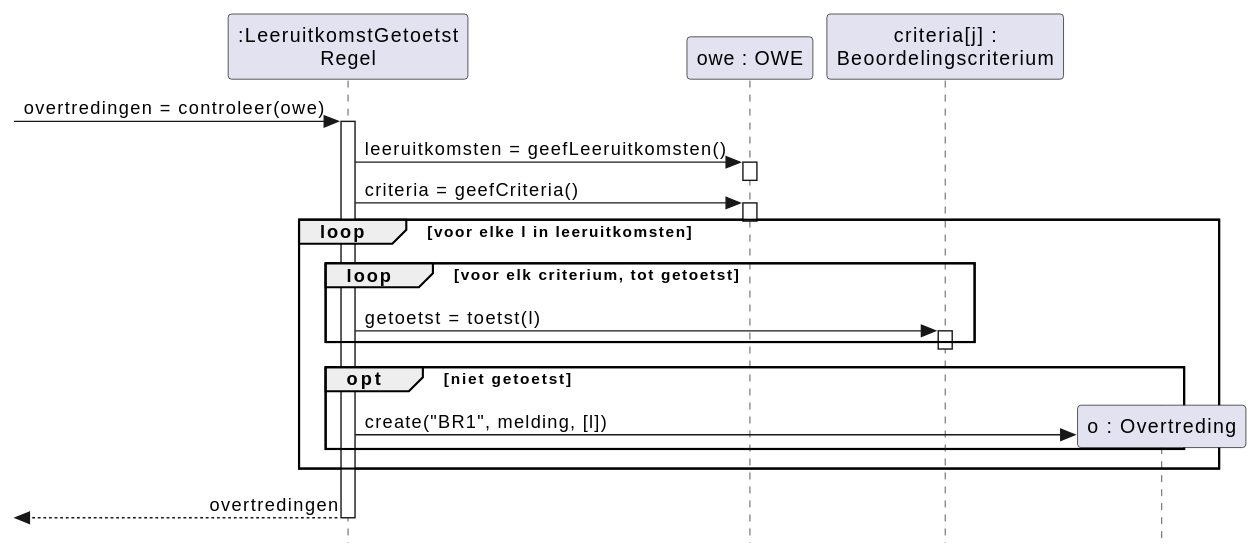
HAN-Craftsmanship-KL-JJG/casus keeps this PlantUML diagram as docs/diagrams/sd-br1-leeruitkomst-getoetst.svg. Above is the earlier version.
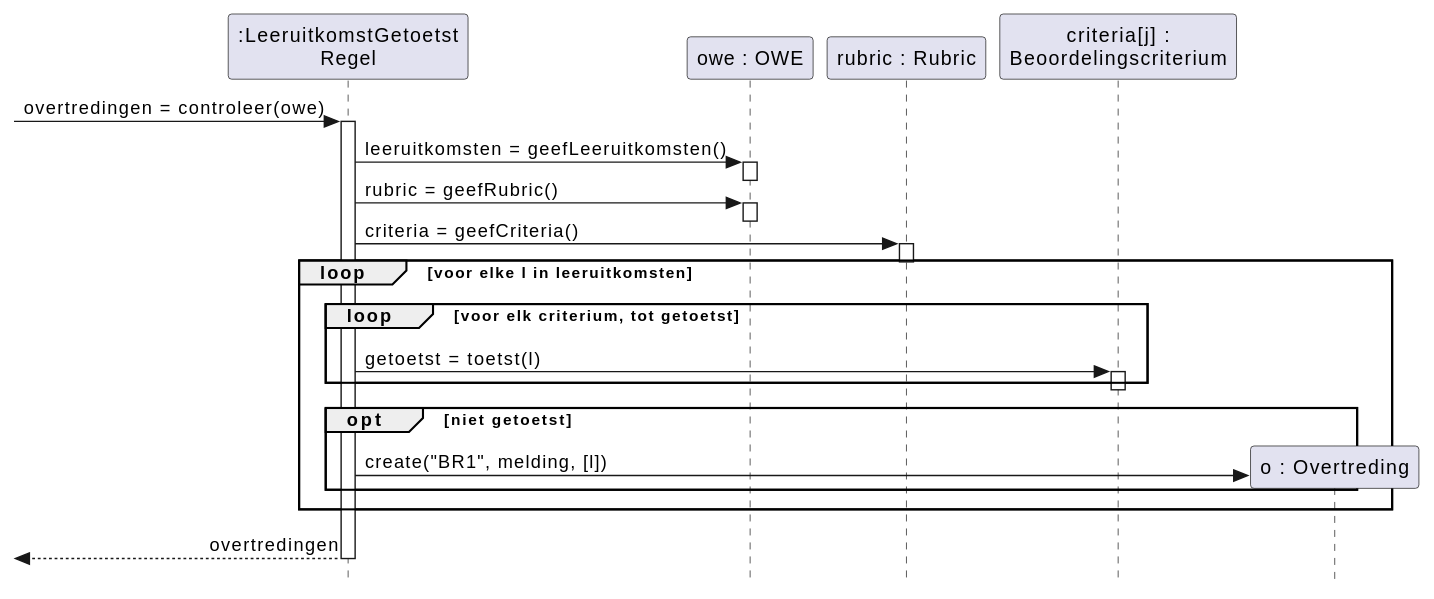
The same file after the commit.

What changed in the source:
```diff
@@ -6,6 +6,7 @@
 
 participant ":LeeruitkomstGetoetst\nRegel" as regel
 participant "owe : OWE" as owe
+participant "rubric : Rubric" as rubric
 participant "criteria[j] :\nBeoordelingscriterium" as criterium
 participant "o : Overtreding" as overtreding
 
@@ -14,9 +15,12 @@
 regel -> owe : leeruitkomsten = geefLeeruitkomsten()
 activate owe
 deactivate owe
-regel -> owe : criteria = geefCriteria()
+regel -> owe : rubric = geefRubric()
 activate owe
 deactivate owe
+regel -> rubric : criteria = geefCriteria()
+activate rubric
+deactivate rubric
 loop voor elke l in leeruitkomsten
   loop voor elk criterium, tot getoetst
     regel -> criterium : getoetst = toetst(l)
```
